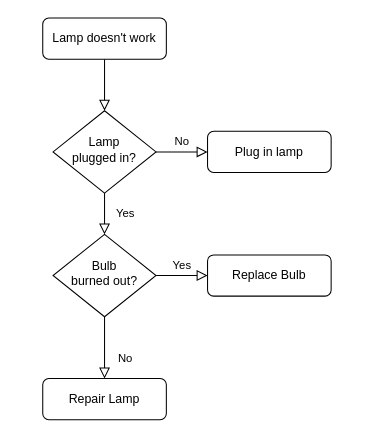
This is pagespeed.drawio from renhao1214/documents, a draw.io file, before an edit. Source tidied: cells renumbered, new cells numbered last; positions are measured from the earlier drawing's top-left corner, leaving out a move shared by most shapes. Both pictures are drawn from the tidied source at 103%, with x=0, y=0 at pixel (42, 18).
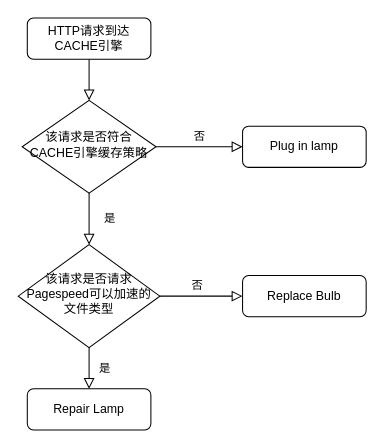
After the change.

Diff of the diagram source:
```diff
@@
 <mxGraphModel>
   <root>
     <mxCell id="0" />
     <mxCell id="1" parent="0" />
     <mxCell id="2" style="rounded=0;html=1;jettySize=auto;fontSize=11;endArrow=block;endFill=0;endSize=8;strokeWidth=1;shadow=0;labelBackgroundColor=none;edgeStyle=orthogonalEdgeStyle;" parent="1" edge="1" source="3" target="6">
       <mxGeometry relative="1" as="geometry" />
     </mxCell>
-    <mxCell id="3" value="Lamp doesn't work" style="rounded=1;whiteSpace=wrap;html=1;fontSize=12;glass=0;strokeWidth=1;shadow=0;" parent="1" vertex="1">
-      <mxGeometry width="120" height="40" as="geometry" />
+    <mxCell id="3" value="HTTP请求到达CACHE引擎" style="rounded=1;whiteSpace=wrap;html=1;fontSize=12;glass=0;strokeWidth=1;shadow=0;" parent="1" vertex="1">
+      <mxGeometry x="-15" width="120" height="40" as="geometry" />
     </mxCell>
-    <mxCell id="4" value="Yes" style="rounded=0;html=1;jettySize=auto;fontSize=11;endArrow=block;endFill=0;endSize=8;strokeWidth=1;shadow=0;labelBackgroundColor=none;edgeStyle=orthogonalEdgeStyle;" parent="1" edge="1" source="6" target="10">
+    <mxCell id="4" value="是" style="rounded=0;html=1;jettySize=auto;fontSize=11;endArrow=block;endFill=0;endSize=8;strokeWidth=1;shadow=0;labelBackgroundColor=none;edgeStyle=orthogonalEdgeStyle;" parent="1" edge="1" source="6" target="10">
       <mxGeometry y="20" relative="1" as="geometry" />
     </mxCell>
-    <mxCell id="5" value="No" style="edgeStyle=orthogonalEdgeStyle;rounded=0;html=1;jettySize=auto;fontSize=11;endArrow=block;endFill=0;endSize=8;strokeWidth=1;shadow=0;labelBackgroundColor=none;" parent="1" edge="1" source="6" target="7">
+    <mxCell id="5" value="否" style="edgeStyle=orthogonalEdgeStyle;rounded=0;html=1;jettySize=auto;fontSize=11;endArrow=block;endFill=0;endSize=8;strokeWidth=1;shadow=0;labelBackgroundColor=none;" parent="1" edge="1" source="6" target="7">
       <mxGeometry y="10" relative="1" as="geometry" />
     </mxCell>
-    <mxCell id="6" value="Lamp&lt;br&gt;plugged in?" style="rhombus;whiteSpace=wrap;html=1;shadow=0;fontFamily=Helvetica;fontSize=12;align=center;strokeWidth=1;spacing=6;spacingTop=-4;" parent="1" vertex="1">
-      <mxGeometry x="10" y="90" width="100" height="80" as="geometry" />
+    <mxCell id="6" value="该请求是否符合CACHE引擎缓存策略" style="rhombus;whiteSpace=wrap;html=1;shadow=0;fontFamily=Helvetica;fontSize=12;align=center;strokeWidth=1;spacing=6;spacingTop=-4;" parent="1" vertex="1">
+      <mxGeometry x="-20" y="80" width="130" height="90" as="geometry" />
     </mxCell>
     <mxCell id="7" value="Plug in lamp" style="rounded=1;whiteSpace=wrap;html=1;fontSize=12;glass=0;strokeWidth=1;shadow=0;" parent="1" vertex="1">
-      <mxGeometry x="160" y="110" width="120" height="40" as="geometry" />
+      <mxGeometry x="194" y="105" width="120" height="40" as="geometry" />
     </mxCell>
-    <mxCell id="8" value="No" style="rounded=0;html=1;jettySize=auto;fontSize=11;endArrow=block;endFill=0;endSize=8;strokeWidth=1;shadow=0;labelBackgroundColor=none;edgeStyle=orthogonalEdgeStyle;" parent="1" edge="1" source="10" target="11">
-      <mxGeometry x="0.33" y="20" relative="1" as="geometry" />
+    <mxCell id="8" value="否" style="rounded=0;html=1;jettySize=auto;fontSize=11;endArrow=block;endFill=0;endSize=8;strokeWidth=1;shadow=0;labelBackgroundColor=none;edgeStyle=orthogonalEdgeStyle;" parent="1" edge="1" source="10" target="11">
+      <mxGeometry y="-132" relative="1" as="geometry">
+        <mxPoint x="237" y="-80" as="offset" />
+      </mxGeometry>
     </mxCell>
-    <mxCell id="9" value="Yes" style="edgeStyle=orthogonalEdgeStyle;rounded=0;html=1;jettySize=auto;fontSize=11;endArrow=block;endFill=0;endSize=8;strokeWidth=1;shadow=0;labelBackgroundColor=none;" parent="1" edge="1" source="10" target="12">
-      <mxGeometry y="10" relative="1" as="geometry" />
+    <mxCell id="9" value="是" style="edgeStyle=orthogonalEdgeStyle;rounded=0;html=1;jettySize=auto;fontSize=11;endArrow=block;endFill=0;endSize=8;strokeWidth=1;shadow=0;labelBackgroundColor=none;" parent="1" edge="1" source="10" target="12">
+      <mxGeometry x="-1" y="-88" relative="1" as="geometry">
+        <mxPoint x="-54" y="-18" as="offset" />
+      </mxGeometry>
     </mxCell>
-    <mxCell id="10" value="Bulb&lt;br&gt;burned out?" style="rhombus;whiteSpace=wrap;html=1;shadow=0;fontFamily=Helvetica;fontSize=12;align=center;strokeWidth=1;spacing=6;spacingTop=-4;" parent="1" vertex="1">
-      <mxGeometry x="10" y="210" width="100" height="80" as="geometry" />
+    <mxCell id="10" value="该请求是否请求Pagespeed可以加速的文件类型" style="rhombus;whiteSpace=wrap;html=1;shadow=0;fontFamily=Helvetica;fontSize=12;align=center;strokeWidth=1;spacing=6;spacingTop=-4;" parent="1" vertex="1">
+      <mxGeometry x="-23.8" y="220" width="137.5" height="100" as="geometry" />
     </mxCell>
     <mxCell id="11" value="Repair Lamp" style="rounded=1;whiteSpace=wrap;html=1;fontSize=12;glass=0;strokeWidth=1;shadow=0;" parent="1" vertex="1">
-      <mxGeometry y="350" width="120" height="40" as="geometry" />
+      <mxGeometry x="-15" y="360" width="120" height="40" as="geometry" />
     </mxCell>
     <mxCell id="12" value="Replace Bulb" style="rounded=1;whiteSpace=wrap;html=1;fontSize=12;glass=0;strokeWidth=1;shadow=0;" parent="1" vertex="1">
-      <mxGeometry x="160" y="230" width="120" height="40" as="geometry" />
+      <mxGeometry x="194" y="250" width="120" height="40" as="geometry" />
     </mxCell>
   </root>
 </mxGraphModel>
```
